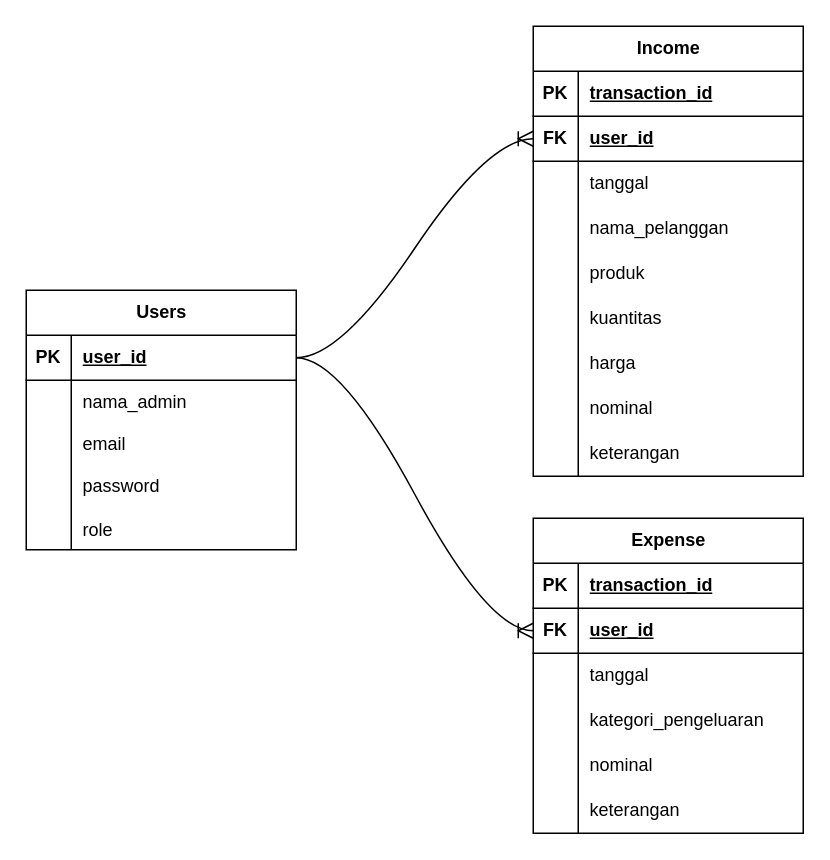
Before: page "Table" (2 of 2) of ERD Table.drawio in Joyce-Acia/PWL_Keuangan, a draw.io diagram. Source tidied: cells renumbered, new cells numbered last; positions are measured from the earlier drawing's top-left corner, leaving out a move shared by most shapes. Both pictures are drawn from the tidied source at 150%, with x=0, y=0 at pixel (26, 26).
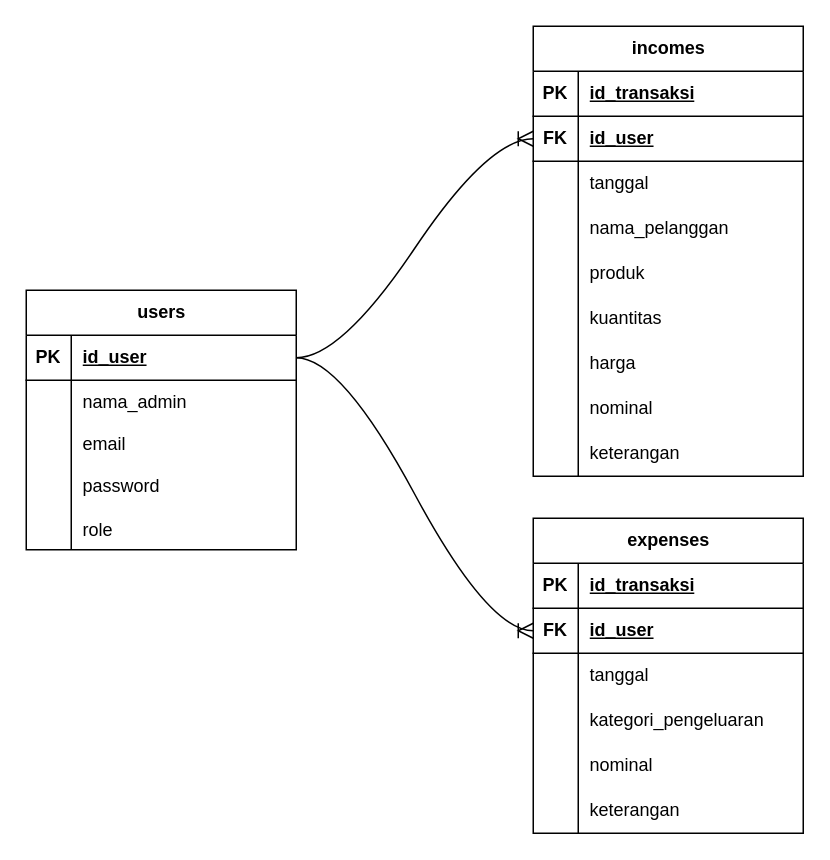
Above is the later version.

Unchanged cells that the change refers to:
```xml
<mxCell id="3" style="shape=tableRow;horizontal=0;startSize=0;swimlaneHead=0;swimlaneBody=0;fillColor=none;points=[[0,0.5],[1,0.5]];portConstraint=eastwest;top=0;left=0;right=0;bottom=1;" parent="2" vertex="1">
  <mxGeometry y="30" width="180" height="30" as="geometry" />
</mxCell>
<mxCell id="19" style="shape=tableRow;horizontal=0;startSize=0;swimlaneHead=0;swimlaneBody=0;fillColor=none;top=0;left=0;right=0;bottom=1;" parent="18" vertex="1">
  <mxGeometry y="30" width="180" height="30" as="geometry" />
</mxCell>
<mxCell id="22" style="shape=tableRow;horizontal=0;startSize=0;swimlaneHead=0;swimlaneBody=0;fillColor=none;points=[[0,0.5],[1,0.5]];portConstraint=eastwest;top=0;left=0;right=0;bottom=1;" parent="18" vertex="1">
  <mxGeometry y="60" width="180" height="30" as="geometry" />
</mxCell>
<mxCell id="40" style="shape=tableRow;horizontal=0;startSize=0;swimlaneHead=0;swimlaneBody=0;fillColor=none;top=0;left=0;right=0;bottom=1;" parent="39" vertex="1">
  <mxGeometry y="30" width="180" height="30" as="geometry" />
</mxCell>
<mxCell id="43" style="shape=tableRow;horizontal=0;startSize=0;swimlaneHead=0;swimlaneBody=0;fillColor=none;points=[[0,0.5],[1,0.5]];portConstraint=eastwest;top=0;left=0;right=0;bottom=1;" parent="39" vertex="1">
  <mxGeometry y="60" width="180" height="30" as="geometry" />
</mxCell>
```

Diff of the diagram source:
```diff
@@
-    <mxCell id="2" value="Users" style="shape=table;startSize=30;childLayout=tableLayout;rowLines=0;fontStyle=1;align=center;html=1;" parent="1" vertex="1">
+    <mxCell id="2" value="users" style="shape=table;startSize=30;childLayout=tableLayout;rowLines=0;fontStyle=1;align=center;html=1;" parent="1" vertex="1">
       <mxGeometry y="176" width="180" height="173" as="geometry" />
     </mxCell>
@@
-    <mxCell id="5" value="user_id" style="shape=partialRectangle;fillColor=none;top=0;left=0;bottom=0;right=0;align=left;spacingLeft=6;fontStyle=5;overflow=hidden;whiteSpace=wrap;html=1;" parent="3" vertex="1">
+    <mxCell id="5" value="id_user" style="shape=partialRectangle;fillColor=none;top=0;left=0;bottom=0;right=0;align=left;spacingLeft=6;fontStyle=5;overflow=hidden;whiteSpace=wrap;html=1;" parent="3" vertex="1">
       <mxGeometry x="30" width="150" height="30" as="geometry" />
     </mxCell>
@@
-    <mxCell id="18" value="Expense" style="shape=table;startSize=30;childLayout=tableLayout;rowLines=0;fontStyle=1;align=center;html=1;" parent="1" vertex="1">
+    <mxCell id="18" value="expenses" style="shape=table;startSize=30;childLayout=tableLayout;rowLines=0;fontStyle=1;align=center;html=1;" parent="1" vertex="1">
       <mxGeometry x="338" y="328" width="180" height="210" as="geometry" />
     </mxCell>
@@
-    <mxCell id="21" value="transaction_id" style="shape=partialRectangle;fillColor=none;top=0;left=0;bottom=0;right=0;align=left;spacingLeft=6;fontStyle=5;overflow=hidden;whiteSpace=wrap;html=1;" parent="19" vertex="1">
+    <mxCell id="21" value="id_transaksi" style="shape=partialRectangle;fillColor=none;top=0;left=0;bottom=0;right=0;align=left;spacingLeft=6;fontStyle=5;overflow=hidden;whiteSpace=wrap;html=1;" parent="19" vertex="1">
       <mxGeometry x="30" width="150" height="30" as="geometry" />
     </mxCell>
@@
-    <mxCell id="24" value="user_id" style="shape=partialRectangle;fillColor=none;top=0;left=0;bottom=0;right=0;align=left;spacingLeft=6;fontStyle=5;overflow=hidden;whiteSpace=wrap;html=1;" parent="22" vertex="1">
+    <mxCell id="24" value="id_user" style="shape=partialRectangle;fillColor=none;top=0;left=0;bottom=0;right=0;align=left;spacingLeft=6;fontStyle=5;overflow=hidden;whiteSpace=wrap;html=1;" parent="22" vertex="1">
       <mxGeometry x="30" width="150" height="30" as="geometry" />
     </mxCell>
@@
-    <mxCell id="39" value="Income" style="shape=table;startSize=30;childLayout=tableLayout;rowLines=0;fontStyle=1;align=center;html=1;" parent="1" vertex="1">
+    <mxCell id="39" value="incomes" style="shape=table;startSize=30;childLayout=tableLayout;rowLines=0;fontStyle=1;align=center;html=1;" parent="1" vertex="1">
       <mxGeometry x="338" width="180" height="300" as="geometry" />
     </mxCell>
@@
-    <mxCell id="42" value="transaction_id" style="shape=partialRectangle;fillColor=none;top=0;left=0;bottom=0;right=0;align=left;spacingLeft=6;fontStyle=5;overflow=hidden;whiteSpace=wrap;html=1;" parent="40" vertex="1">
+    <mxCell id="42" value="id_transaksi" style="shape=partialRectangle;fillColor=none;top=0;left=0;bottom=0;right=0;align=left;spacingLeft=6;fontStyle=5;overflow=hidden;whiteSpace=wrap;html=1;" parent="40" vertex="1">
       <mxGeometry x="30" width="150" height="30" as="geometry" />
     </mxCell>
@@
-    <mxCell id="45" value="user_id" style="shape=partialRectangle;fillColor=none;top=0;left=0;bottom=0;right=0;align=left;spacingLeft=6;fontStyle=5;overflow=hidden;whiteSpace=wrap;html=1;" parent="43" vertex="1">
+    <mxCell id="45" value="id_user" style="shape=partialRectangle;fillColor=none;top=0;left=0;bottom=0;right=0;align=left;spacingLeft=6;fontStyle=5;overflow=hidden;whiteSpace=wrap;html=1;" parent="43" vertex="1">
       <mxGeometry x="30" width="150" height="30" as="geometry" />
     </mxCell>
```
